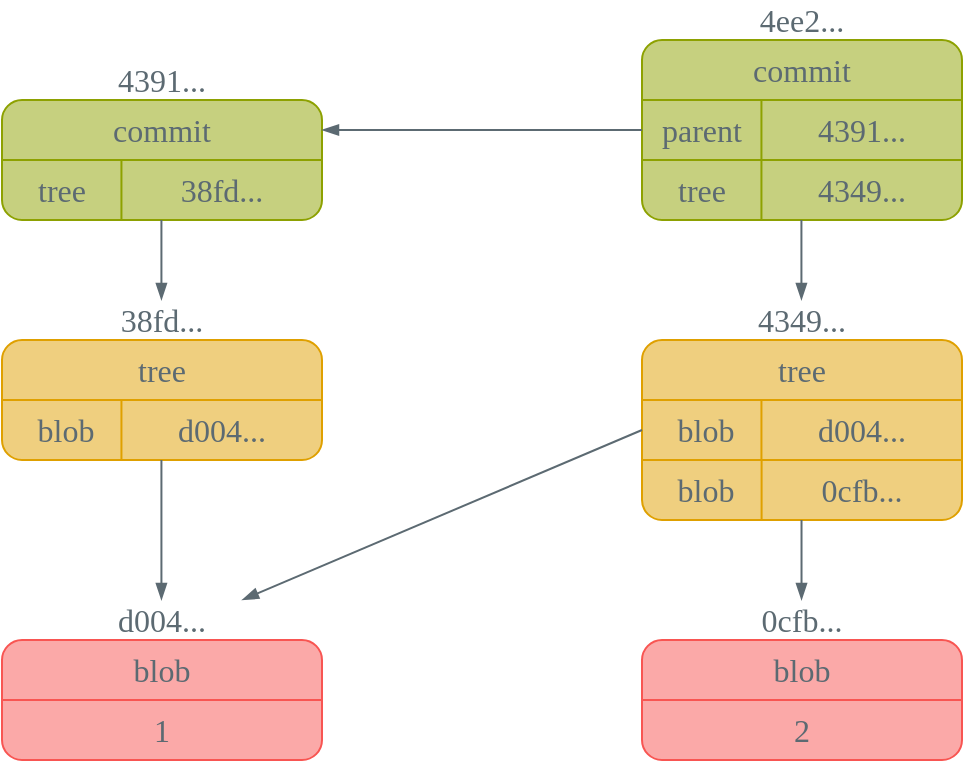
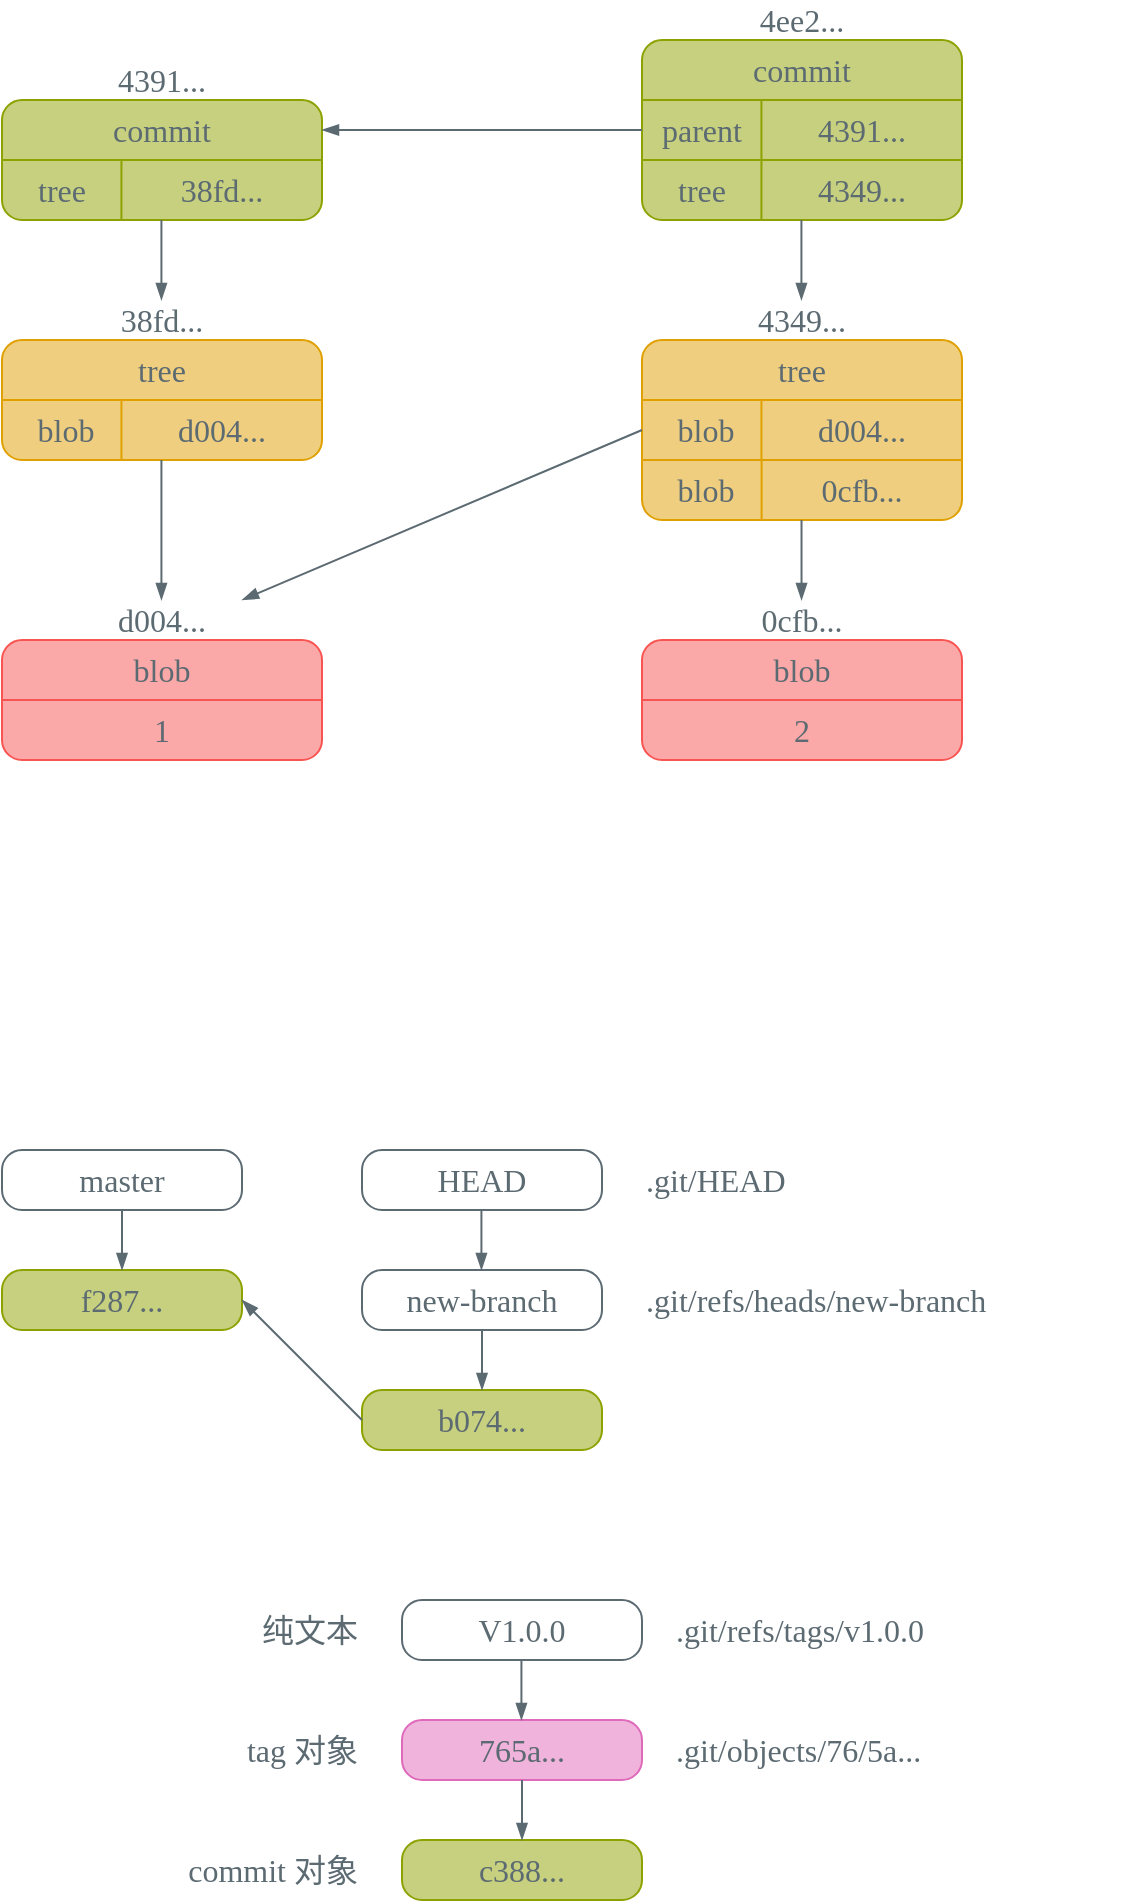
<mxfile host="Electron">
  <diagram name="Page-1" id="MTyJPfwnRn5X8VyMpb_k">
    <mxGraphModel dx="975" dy="694" grid="1" gridSize="10" guides="1" tooltips="1" connect="1" arrows="1" fold="1" page="1" pageScale="1" pageWidth="850" pageHeight="1100" math="0" shadow="0">
      <root>
        <mxCell id="0" />
        <mxCell id="1" parent="0" />
        <mxCell id="qzUJsNYPAXGjr-AyTyeC-38" parent="1" style="rounded=1;whiteSpace=wrap;html=1;absoluteArcSize=1;fillColor=light-dark(#8DA101,#A7C080);fontColor=light-dark(#5C6A72,#D3C6AA);strokeColor=light-dark(#8DA101,#A7C080);fillOpacity=50;" value="" vertex="1">
          <mxGeometry height="90" width="160" x="520" y="100" as="geometry" />
        </mxCell>
        <mxCell id="qzUJsNYPAXGjr-AyTyeC-2" parent="1" style="rounded=1;whiteSpace=wrap;html=1;absoluteArcSize=1;fillColor=light-dark(#F85552,#E67E80);fontColor=light-dark(#5C6A72,#D3C6AA);strokeColor=light-dark(#F85552,#E67E80);fillOpacity=50;" value="" vertex="1">
          <mxGeometry height="60" width="160" x="200" y="400" as="geometry" />
        </mxCell>
        <mxCell id="qzUJsNYPAXGjr-AyTyeC-3" parent="1" style="rounded=0;whiteSpace=wrap;html=1;fillColor=none;fontColor=light-dark(#5C6A72,#D3C6AA);strokeColor=none;fontFamily=LXGW WenKai Mono;fontSize=16;" value="&lt;font&gt;blob&lt;/font&gt;" vertex="1">
          <mxGeometry height="30" width="160" x="200" y="400" as="geometry" />
        </mxCell>
        <mxCell id="qzUJsNYPAXGjr-AyTyeC-4" edge="1" parent="1" style="endArrow=none;html=1;rounded=0;fillColor=light-dark(#F85552,#E67E80);strokeColor=light-dark(#F85552,#E67E80);exitX=0;exitY=0.5;exitDx=0;exitDy=0;entryX=1;entryY=0.5;entryDx=0;entryDy=0;" value="">
          <mxGeometry height="50" relative="1" width="50" as="geometry">
            <mxPoint x="200" y="430" as="sourcePoint" />
            <mxPoint x="360" y="430" as="targetPoint" />
          </mxGeometry>
        </mxCell>
        <mxCell id="qzUJsNYPAXGjr-AyTyeC-5" parent="1" style="rounded=0;whiteSpace=wrap;html=1;fillColor=none;fontColor=light-dark(#5C6A72,#D3C6AA);strokeColor=none;fontFamily=LXGW WenKai Mono;fontSize=16;" value="&lt;font&gt;1&lt;/font&gt;" vertex="1">
          <mxGeometry height="30" width="160" x="200" y="430" as="geometry" />
        </mxCell>
        <mxCell id="qzUJsNYPAXGjr-AyTyeC-6" parent="1" style="rounded=0;whiteSpace=wrap;html=1;fillColor=none;fontColor=light-dark(#5C6A72,#D3C6AA);strokeColor=none;fontFamily=LXGW WenKai Mono;fontSize=16;" value="&lt;font&gt;d004...&lt;/font&gt;" vertex="1">
          <mxGeometry height="20" width="160" x="200" y="380" as="geometry" />
        </mxCell>
        <mxCell id="qzUJsNYPAXGjr-AyTyeC-8" parent="1" style="rounded=1;whiteSpace=wrap;html=1;absoluteArcSize=1;fillColor=light-dark(#DFA000,#DBBC7F);fontColor=light-dark(#5C6A72,#D3C6AA);strokeColor=light-dark(#DFA000,#DBBC7F);fillOpacity=50;" value="" vertex="1">
          <mxGeometry height="60" width="160" x="200" y="250" as="geometry" />
        </mxCell>
        <mxCell id="qzUJsNYPAXGjr-AyTyeC-9" parent="1" style="rounded=0;whiteSpace=wrap;html=1;fillColor=none;fontColor=light-dark(#5C6A72,#D3C6AA);strokeColor=none;fontFamily=LXGW WenKai Mono;fontSize=16;" value="&lt;font&gt;tree&lt;/font&gt;" vertex="1">
          <mxGeometry height="30" width="160" x="200" y="250" as="geometry" />
        </mxCell>
        <mxCell id="qzUJsNYPAXGjr-AyTyeC-10" parent="1" style="rounded=0;whiteSpace=wrap;html=1;fillColor=none;fontColor=light-dark(#5C6A72,#D3C6AA);strokeColor=none;fontFamily=LXGW WenKai Mono;fontSize=16;" value="&lt;font&gt;&amp;nbsp;blob&lt;/font&gt;" vertex="1">
          <mxGeometry height="30" width="60" x="200" y="280" as="geometry" />
        </mxCell>
        <mxCell id="qzUJsNYPAXGjr-AyTyeC-11" parent="1" style="rounded=0;whiteSpace=wrap;html=1;fillColor=none;fontColor=light-dark(#5C6A72,#D3C6AA);strokeColor=none;fontFamily=LXGW WenKai Mono;fontSize=16;" value="&lt;font&gt;38fd...&lt;/font&gt;" vertex="1">
          <mxGeometry height="20" width="160" x="200" y="230" as="geometry" />
        </mxCell>
        <mxCell id="qzUJsNYPAXGjr-AyTyeC-7" edge="1" parent="1" style="endArrow=none;html=1;rounded=0;fillColor=light-dark(#F85552,#E67E80);strokeColor=light-dark(#DFA000,#DBBC7F);exitX=0;exitY=0.5;exitDx=0;exitDy=0;entryX=1;entryY=0.5;entryDx=0;entryDy=0;" value="">
          <mxGeometry height="50" relative="1" width="50" as="geometry">
            <mxPoint x="200" y="280" as="sourcePoint" />
            <mxPoint x="360" y="280" as="targetPoint" />
          </mxGeometry>
        </mxCell>
        <mxCell id="qzUJsNYPAXGjr-AyTyeC-13" parent="1" style="rounded=0;whiteSpace=wrap;html=1;fillColor=none;fontColor=light-dark(#5C6A72,#D3C6AA);strokeColor=none;fontFamily=LXGW WenKai Mono;fontSize=16;" value="&lt;font&gt;d004...&lt;/font&gt;" vertex="1">
          <mxGeometry height="30" width="100" x="260" y="280" as="geometry" />
        </mxCell>
        <mxCell id="qzUJsNYPAXGjr-AyTyeC-14" edge="1" parent="1" style="endArrow=none;html=1;rounded=0;fillColor=light-dark(#F85552,#E67E80);strokeColor=light-dark(#DFA000,#DBBC7F);entryX=1;entryY=0.5;entryDx=0;entryDy=0;" value="">
          <mxGeometry height="50" relative="1" width="50" as="geometry">
            <mxPoint x="259.72" y="310" as="sourcePoint" />
            <mxPoint x="259.72" y="280" as="targetPoint" />
          </mxGeometry>
        </mxCell>
        <mxCell id="qzUJsNYPAXGjr-AyTyeC-15" edge="1" parent="1" style="endArrow=none;html=1;rounded=0;fillColor=light-dark(#F85552,#E67E80);strokeColor=light-dark(#8DA101,#A7C080);exitX=0;exitY=0.5;exitDx=0;exitDy=0;entryX=1;entryY=0.5;entryDx=0;entryDy=0;" value="">
          <mxGeometry height="50" relative="1" width="50" as="geometry">
            <mxPoint x="200" y="160" as="sourcePoint" />
            <mxPoint x="360" y="160" as="targetPoint" />
          </mxGeometry>
        </mxCell>
        <mxCell id="qzUJsNYPAXGjr-AyTyeC-16" edge="1" parent="1" style="endArrow=none;html=1;rounded=0;fillColor=light-dark(#F85552,#E67E80);strokeColor=light-dark(#8DA101,#A7C080);entryX=1;entryY=0.5;entryDx=0;entryDy=0;" value="">
          <mxGeometry height="50" relative="1" width="50" as="geometry">
            <mxPoint x="259.72" y="190" as="sourcePoint" />
            <mxPoint x="259.72" y="160" as="targetPoint" />
          </mxGeometry>
        </mxCell>
        <mxCell id="qzUJsNYPAXGjr-AyTyeC-17" parent="1" style="rounded=1;whiteSpace=wrap;html=1;absoluteArcSize=1;fillColor=light-dark(#8DA101,#A7C080);fontColor=light-dark(#5C6A72,#D3C6AA);strokeColor=light-dark(#8DA101,#A7C080);fillOpacity=50;" value="" vertex="1">
          <mxGeometry height="60" width="160" x="200" y="130" as="geometry" />
        </mxCell>
        <mxCell id="qzUJsNYPAXGjr-AyTyeC-18" parent="1" style="rounded=0;whiteSpace=wrap;html=1;fillColor=none;fontColor=light-dark(#5C6A72,#D3C6AA);strokeColor=none;fontFamily=LXGW WenKai Mono;fontSize=16;" value="&lt;font&gt;commit&lt;/font&gt;" vertex="1">
          <mxGeometry height="30" width="160" x="200" y="130" as="geometry" />
        </mxCell>
        <mxCell id="qzUJsNYPAXGjr-AyTyeC-19" parent="1" style="rounded=0;whiteSpace=wrap;html=1;fillColor=none;fontColor=light-dark(#5C6A72,#D3C6AA);strokeColor=none;fontFamily=LXGW WenKai Mono;fontSize=16;" value="&lt;font&gt;tree&lt;/font&gt;" vertex="1">
          <mxGeometry height="30" width="60" x="200" y="160" as="geometry" />
        </mxCell>
        <mxCell id="qzUJsNYPAXGjr-AyTyeC-20" parent="1" style="rounded=0;whiteSpace=wrap;html=1;fillColor=none;fontColor=light-dark(#5C6A72,#D3C6AA);strokeColor=none;fontFamily=LXGW WenKai Mono;fontSize=16;" value="&lt;font&gt;4391...&lt;/font&gt;" vertex="1">
          <mxGeometry height="20" width="160" x="200" y="110" as="geometry" />
        </mxCell>
        <mxCell id="qzUJsNYPAXGjr-AyTyeC-21" parent="1" style="rounded=0;whiteSpace=wrap;html=1;fillColor=none;fontColor=light-dark(#5C6A72,#D3C6AA);strokeColor=none;fontFamily=LXGW WenKai Mono;fontSize=16;" value="&lt;font&gt;38fd...&lt;/font&gt;" vertex="1">
          <mxGeometry height="30" width="100" x="260" y="160" as="geometry" />
        </mxCell>
        <mxCell id="qzUJsNYPAXGjr-AyTyeC-22" edge="1" parent="1" style="endArrow=blockThin;html=1;rounded=0;strokeColor=light-dark(#5C6A72,#D3C6AA);endFill=1;" value="">
          <mxGeometry height="50" relative="1" width="50" as="geometry">
            <mxPoint x="279.71" y="190" as="sourcePoint" />
            <mxPoint x="279.71" y="230" as="targetPoint" />
          </mxGeometry>
        </mxCell>
        <mxCell id="qzUJsNYPAXGjr-AyTyeC-23" edge="1" parent="1" style="endArrow=blockThin;html=1;rounded=0;strokeColor=light-dark(#5C6A72,#D3C6AA);endFill=1;" value="">
          <mxGeometry height="50" relative="1" width="50" as="geometry">
            <mxPoint x="279.71" y="310" as="sourcePoint" />
            <mxPoint x="279.71" y="380" as="targetPoint" />
          </mxGeometry>
        </mxCell>
        <mxCell id="qzUJsNYPAXGjr-AyTyeC-24" parent="1" style="rounded=1;whiteSpace=wrap;html=1;absoluteArcSize=1;fillColor=light-dark(#F85552,#E67E80);fontColor=light-dark(#5C6A72,#D3C6AA);strokeColor=light-dark(#F85552,#E67E80);fillOpacity=50;" value="" vertex="1">
          <mxGeometry height="60" width="160" x="520" y="400" as="geometry" />
        </mxCell>
        <mxCell id="qzUJsNYPAXGjr-AyTyeC-25" parent="1" style="rounded=0;whiteSpace=wrap;html=1;fillColor=none;fontColor=light-dark(#5C6A72,#D3C6AA);strokeColor=none;fontFamily=LXGW WenKai Mono;fontSize=16;" value="&lt;font&gt;blob&lt;/font&gt;" vertex="1">
          <mxGeometry height="30" width="160" x="520" y="400" as="geometry" />
        </mxCell>
        <mxCell id="qzUJsNYPAXGjr-AyTyeC-26" edge="1" parent="1" style="endArrow=none;html=1;rounded=0;fillColor=light-dark(#F85552,#E67E80);strokeColor=light-dark(#F85552,#E67E80);exitX=0;exitY=0.5;exitDx=0;exitDy=0;entryX=1;entryY=0.5;entryDx=0;entryDy=0;" value="">
          <mxGeometry height="50" relative="1" width="50" as="geometry">
            <mxPoint x="520" y="430" as="sourcePoint" />
            <mxPoint x="680" y="430" as="targetPoint" />
          </mxGeometry>
        </mxCell>
        <mxCell id="qzUJsNYPAXGjr-AyTyeC-27" parent="1" style="rounded=0;whiteSpace=wrap;html=1;fillColor=none;fontColor=light-dark(#5C6A72,#D3C6AA);strokeColor=none;fontFamily=LXGW WenKai Mono;fontSize=16;" value="&lt;font&gt;2&lt;/font&gt;" vertex="1">
          <mxGeometry height="30" width="160" x="520" y="430" as="geometry" />
        </mxCell>
        <mxCell id="qzUJsNYPAXGjr-AyTyeC-28" parent="1" style="rounded=0;whiteSpace=wrap;html=1;fillColor=none;fontColor=light-dark(#5C6A72,#D3C6AA);strokeColor=none;fontFamily=LXGW WenKai Mono;fontSize=16;" value="&lt;font&gt;0cfb...&lt;/font&gt;" vertex="1">
          <mxGeometry height="20" width="160" x="520" y="380" as="geometry" />
        </mxCell>
        <mxCell id="qzUJsNYPAXGjr-AyTyeC-29" parent="1" style="rounded=1;whiteSpace=wrap;html=1;absoluteArcSize=1;fillColor=light-dark(#DFA000,#DBBC7F);fontColor=light-dark(#5C6A72,#D3C6AA);strokeColor=light-dark(#DFA000,#DBBC7F);fillOpacity=50;" value="" vertex="1">
          <mxGeometry height="90" width="160" x="520" y="250" as="geometry" />
        </mxCell>
        <mxCell id="qzUJsNYPAXGjr-AyTyeC-30" parent="1" style="rounded=0;whiteSpace=wrap;html=1;fillColor=none;fontColor=light-dark(#5C6A72,#D3C6AA);strokeColor=none;fontFamily=LXGW WenKai Mono;fontSize=16;" value="&lt;font&gt;tree&lt;/font&gt;" vertex="1">
          <mxGeometry height="30" width="160" x="520" y="250" as="geometry" />
        </mxCell>
        <mxCell id="qzUJsNYPAXGjr-AyTyeC-31" parent="1" style="rounded=0;whiteSpace=wrap;html=1;fillColor=none;fontColor=light-dark(#5C6A72,#D3C6AA);strokeColor=none;fontFamily=LXGW WenKai Mono;fontSize=16;" value="&lt;font&gt;&amp;nbsp;blob&lt;/font&gt;" vertex="1">
          <mxGeometry height="30" width="60" x="520" y="280" as="geometry" />
        </mxCell>
        <mxCell id="qzUJsNYPAXGjr-AyTyeC-32" parent="1" style="rounded=0;whiteSpace=wrap;html=1;fillColor=none;fontColor=light-dark(#5C6A72,#D3C6AA);strokeColor=none;fontFamily=LXGW WenKai Mono;fontSize=16;" value="&lt;font&gt;4349...&lt;/font&gt;" vertex="1">
          <mxGeometry height="20" width="160" x="520" y="230" as="geometry" />
        </mxCell>
        <mxCell id="qzUJsNYPAXGjr-AyTyeC-33" edge="1" parent="1" style="endArrow=none;html=1;rounded=0;fillColor=light-dark(#F85552,#E67E80);strokeColor=light-dark(#DFA000,#DBBC7F);exitX=0;exitY=0.5;exitDx=0;exitDy=0;entryX=1;entryY=0.5;entryDx=0;entryDy=0;" value="">
          <mxGeometry height="50" relative="1" width="50" as="geometry">
            <mxPoint x="520" y="280" as="sourcePoint" />
            <mxPoint x="680" y="280" as="targetPoint" />
          </mxGeometry>
        </mxCell>
        <mxCell id="qzUJsNYPAXGjr-AyTyeC-34" parent="1" style="rounded=0;whiteSpace=wrap;html=1;fillColor=none;fontColor=light-dark(#5C6A72,#D3C6AA);strokeColor=none;fontFamily=LXGW WenKai Mono;fontSize=16;" value="&lt;font&gt;d004...&lt;/font&gt;" vertex="1">
          <mxGeometry height="30" width="100" x="580" y="280" as="geometry" />
        </mxCell>
        <mxCell id="qzUJsNYPAXGjr-AyTyeC-35" edge="1" parent="1" style="endArrow=none;html=1;rounded=0;fillColor=light-dark(#F85552,#E67E80);strokeColor=light-dark(#DFA000,#DBBC7F);entryX=1;entryY=0.5;entryDx=0;entryDy=0;" value="">
          <mxGeometry height="50" relative="1" width="50" as="geometry">
            <mxPoint x="579.72" y="310" as="sourcePoint" />
            <mxPoint x="579.72" y="280" as="targetPoint" />
          </mxGeometry>
        </mxCell>
        <mxCell id="qzUJsNYPAXGjr-AyTyeC-36" edge="1" parent="1" style="endArrow=none;html=1;rounded=0;fillColor=light-dark(#F85552,#E67E80);strokeColor=light-dark(#8DA101,#A7C080);exitX=0;exitY=0.5;exitDx=0;exitDy=0;entryX=1;entryY=0.5;entryDx=0;entryDy=0;" value="">
          <mxGeometry height="50" relative="1" width="50" as="geometry">
            <mxPoint x="520" y="130" as="sourcePoint" />
            <mxPoint x="680" y="130" as="targetPoint" />
          </mxGeometry>
        </mxCell>
        <mxCell id="qzUJsNYPAXGjr-AyTyeC-37" edge="1" parent="1" style="endArrow=none;html=1;rounded=0;fillColor=light-dark(#F85552,#E67E80);strokeColor=light-dark(#8DA101,#A7C080);entryX=1;entryY=0.5;entryDx=0;entryDy=0;" value="">
          <mxGeometry height="50" relative="1" width="50" as="geometry">
            <mxPoint x="579.72" y="160" as="sourcePoint" />
            <mxPoint x="579.72" y="130" as="targetPoint" />
          </mxGeometry>
        </mxCell>
        <mxCell id="qzUJsNYPAXGjr-AyTyeC-39" parent="1" style="rounded=0;whiteSpace=wrap;html=1;fillColor=none;fontColor=light-dark(#5C6A72,#D3C6AA);strokeColor=none;fontFamily=LXGW WenKai Mono;fontSize=16;" value="&lt;font&gt;commit&lt;/font&gt;" vertex="1">
          <mxGeometry height="30" width="160" x="520" y="100" as="geometry" />
        </mxCell>
        <mxCell id="qzUJsNYPAXGjr-AyTyeC-40" parent="1" style="rounded=0;whiteSpace=wrap;html=1;fillColor=none;fontColor=light-dark(#5C6A72,#D3C6AA);strokeColor=none;fontFamily=LXGW WenKai Mono;fontSize=16;" value="&lt;font&gt;parent&lt;/font&gt;" vertex="1">
          <mxGeometry height="30" width="60" x="520" y="130" as="geometry" />
        </mxCell>
        <mxCell id="qzUJsNYPAXGjr-AyTyeC-41" parent="1" style="rounded=0;whiteSpace=wrap;html=1;fillColor=none;fontColor=light-dark(#5C6A72,#D3C6AA);strokeColor=none;fontFamily=LXGW WenKai Mono;fontSize=16;" value="&lt;font&gt;4ee2...&lt;/font&gt;" vertex="1">
          <mxGeometry height="20" width="160" x="520" y="80" as="geometry" />
        </mxCell>
        <mxCell id="qzUJsNYPAXGjr-AyTyeC-42" parent="1" style="rounded=0;whiteSpace=wrap;html=1;fillColor=none;fontColor=light-dark(#5C6A72,#D3C6AA);strokeColor=none;fontFamily=LXGW WenKai Mono;fontSize=16;" value="&lt;font&gt;4391...&lt;/font&gt;" vertex="1">
          <mxGeometry height="30" width="100" x="580" y="130" as="geometry" />
        </mxCell>
        <mxCell id="qzUJsNYPAXGjr-AyTyeC-43" edge="1" parent="1" style="endArrow=blockThin;html=1;rounded=0;strokeColor=light-dark(#5C6A72,#D3C6AA);endFill=1;" value="">
          <mxGeometry height="50" relative="1" width="50" as="geometry">
            <mxPoint x="599.7099999999999" y="190" as="sourcePoint" />
            <mxPoint x="599.7099999999999" y="230" as="targetPoint" />
          </mxGeometry>
        </mxCell>
        <mxCell id="qzUJsNYPAXGjr-AyTyeC-44" edge="1" parent="1" style="endArrow=blockThin;html=1;rounded=0;strokeColor=light-dark(#5C6A72,#D3C6AA);endFill=1;" value="">
          <mxGeometry height="50" relative="1" width="50" as="geometry">
            <mxPoint x="599.76" y="340" as="sourcePoint" />
            <mxPoint x="599.76" y="380" as="targetPoint" />
          </mxGeometry>
        </mxCell>
        <mxCell id="qzUJsNYPAXGjr-AyTyeC-45" edge="1" parent="1" style="endArrow=none;html=1;rounded=0;fillColor=light-dark(#F85552,#E67E80);strokeColor=light-dark(#8DA101,#A7C080);exitX=0;exitY=0.5;exitDx=0;exitDy=0;entryX=1;entryY=0.5;entryDx=0;entryDy=0;" value="">
          <mxGeometry height="50" relative="1" width="50" as="geometry">
            <mxPoint x="520" y="160" as="sourcePoint" />
            <mxPoint x="680" y="160" as="targetPoint" />
          </mxGeometry>
        </mxCell>
        <mxCell id="qzUJsNYPAXGjr-AyTyeC-46" edge="1" parent="1" style="endArrow=none;html=1;rounded=0;fillColor=light-dark(#F85552,#E67E80);strokeColor=light-dark(#8DA101,#A7C080);entryX=1;entryY=0.5;entryDx=0;entryDy=0;" value="">
          <mxGeometry height="50" relative="1" width="50" as="geometry">
            <mxPoint x="579.72" y="190" as="sourcePoint" />
            <mxPoint x="579.72" y="160" as="targetPoint" />
          </mxGeometry>
        </mxCell>
        <mxCell id="qzUJsNYPAXGjr-AyTyeC-47" parent="1" style="rounded=0;whiteSpace=wrap;html=1;fillColor=none;fontColor=light-dark(#5C6A72,#D3C6AA);strokeColor=none;fontFamily=LXGW WenKai Mono;fontSize=16;" value="&lt;font&gt;tree&lt;/font&gt;" vertex="1">
          <mxGeometry height="30" width="60" x="520" y="160" as="geometry" />
        </mxCell>
        <mxCell id="qzUJsNYPAXGjr-AyTyeC-48" parent="1" style="rounded=0;whiteSpace=wrap;html=1;fillColor=none;fontColor=light-dark(#5C6A72,#D3C6AA);strokeColor=none;fontFamily=LXGW WenKai Mono;fontSize=16;" value="&lt;font&gt;4349...&lt;/font&gt;" vertex="1">
          <mxGeometry height="30" width="100" x="580" y="160" as="geometry" />
        </mxCell>
        <mxCell id="qzUJsNYPAXGjr-AyTyeC-49" edge="1" parent="1" style="endArrow=none;html=1;rounded=0;fillColor=light-dark(#F85552,#E67E80);strokeColor=light-dark(#DFA000,#DBBC7F);exitX=0;exitY=0.5;exitDx=0;exitDy=0;entryX=1;entryY=0.5;entryDx=0;entryDy=0;" value="">
          <mxGeometry height="50" relative="1" width="50" as="geometry">
            <mxPoint x="520" y="310" as="sourcePoint" />
            <mxPoint x="680" y="310" as="targetPoint" />
          </mxGeometry>
        </mxCell>
        <mxCell id="qzUJsNYPAXGjr-AyTyeC-50" edge="1" parent="1" style="endArrow=none;html=1;rounded=0;fillColor=light-dark(#F85552,#E67E80);strokeColor=light-dark(#DFA000,#DBBC7F);entryX=1;entryY=0.5;entryDx=0;entryDy=0;" value="">
          <mxGeometry height="50" relative="1" width="50" as="geometry">
            <mxPoint x="579.8000000000001" y="340" as="sourcePoint" />
            <mxPoint x="579.8000000000001" y="310" as="targetPoint" />
          </mxGeometry>
        </mxCell>
        <mxCell id="qzUJsNYPAXGjr-AyTyeC-51" parent="1" style="rounded=0;whiteSpace=wrap;html=1;fillColor=none;fontColor=light-dark(#5C6A72,#D3C6AA);strokeColor=none;fontFamily=LXGW WenKai Mono;fontSize=16;" value="&lt;font&gt;&amp;nbsp;blob&lt;/font&gt;" vertex="1">
          <mxGeometry height="30" width="60" x="520" y="310" as="geometry" />
        </mxCell>
        <mxCell id="qzUJsNYPAXGjr-AyTyeC-52" parent="1" style="rounded=0;whiteSpace=wrap;html=1;fillColor=none;fontColor=light-dark(#5C6A72,#D3C6AA);strokeColor=none;fontFamily=LXGW WenKai Mono;fontSize=16;" value="&lt;font&gt;0cfb...&lt;/font&gt;" vertex="1">
          <mxGeometry height="30" width="100" x="580" y="310" as="geometry" />
        </mxCell>
        <mxCell id="qzUJsNYPAXGjr-AyTyeC-53" edge="1" parent="1" source="qzUJsNYPAXGjr-AyTyeC-40" style="endArrow=blockThin;html=1;rounded=0;strokeColor=light-dark(#5C6A72,#D3C6AA);endFill=1;entryX=1;entryY=0.5;entryDx=0;entryDy=0;exitX=0;exitY=0.5;exitDx=0;exitDy=0;" target="qzUJsNYPAXGjr-AyTyeC-18" value="">
          <mxGeometry height="50" relative="1" width="50" as="geometry">
            <mxPoint x="410" y="290" as="sourcePoint" />
            <mxPoint x="410.28999999999996" y="350" as="targetPoint" />
          </mxGeometry>
        </mxCell>
        <mxCell id="qzUJsNYPAXGjr-AyTyeC-54" edge="1" parent="1" source="qzUJsNYPAXGjr-AyTyeC-31" style="endArrow=blockThin;html=1;rounded=0;strokeColor=light-dark(#5C6A72,#D3C6AA);endFill=1;exitX=0;exitY=0.5;exitDx=0;exitDy=0;entryX=0.75;entryY=0;entryDx=0;entryDy=0;" target="qzUJsNYPAXGjr-AyTyeC-6" value="">
          <mxGeometry height="50" relative="1" width="50" as="geometry">
            <mxPoint x="424" y="310" as="sourcePoint" />
            <mxPoint x="424" y="380" as="targetPoint" />
          </mxGeometry>
        </mxCell>
+         <mxCell id="mkktg-7WgYC9ES73mW45-4" parent="1" style="rounded=1;whiteSpace=wrap;html=1;fillColor=none;fontColor=light-dark(#5C6A72,#D3C6AA);strokeColor=light-dark(#5C6A72,#D3C6AA);fontFamily=LXGW WenKai Mono;fontSize=16;absoluteArcSize=1;" value="&lt;font&gt;HEAD&lt;/font&gt;" vertex="1">
+           <mxGeometry height="30" width="120" x="380" y="655" as="geometry" />
+         </mxCell>
+         <mxCell id="mkktg-7WgYC9ES73mW45-10" parent="1" style="rounded=1;whiteSpace=wrap;html=1;absoluteArcSize=1;fillColor=light-dark(#8DA101,#A7C080);fontColor=light-dark(#5C6A72,#D3C6AA);strokeColor=light-dark(#8DA101,#A7C080);fillOpacity=50;fontFamily=LXGW WenKai Mono;fontSize=16;" value="&lt;span&gt;&lt;font style=&quot;color: light-dark(rgb(92, 106, 114), rgb(211, 198, 170));&quot;&gt;b074...&lt;/font&gt;&lt;/span&gt;" vertex="1">
+           <mxGeometry height="30" width="120" x="380" y="775" as="geometry" />
+         </mxCell>
+         <mxCell id="mkktg-7WgYC9ES73mW45-14" parent="1" style="rounded=1;whiteSpace=wrap;html=1;fillColor=none;fontColor=light-dark(#5C6A72,#D3C6AA);strokeColor=light-dark(#5C6A72,#D3C6AA);fontFamily=LXGW WenKai Mono;fontSize=16;absoluteArcSize=1;" value="new-branch" vertex="1">
+           <mxGeometry height="30" width="120" x="380" y="715" as="geometry" />
+         </mxCell>
+         <mxCell id="mkktg-7WgYC9ES73mW45-15" parent="1" style="rounded=1;whiteSpace=wrap;html=1;absoluteArcSize=1;fillColor=light-dark(#8DA101,#A7C080);fontColor=light-dark(#5C6A72,#D3C6AA);strokeColor=light-dark(#8DA101,#A7C080);fillOpacity=50;fontFamily=LXGW WenKai Mono;fontSize=16;" value="&lt;span&gt;&lt;font style=&quot;color: light-dark(rgb(92, 106, 114), rgb(211, 198, 170));&quot;&gt;f287...&lt;/font&gt;&lt;/span&gt;" vertex="1">
+           <mxGeometry height="30" width="120" x="200" y="715" as="geometry" />
+         </mxCell>
+         <mxCell id="mkktg-7WgYC9ES73mW45-16" edge="1" parent="1" source="mkktg-7WgYC9ES73mW45-10" style="endArrow=blockThin;html=1;rounded=0;strokeColor=light-dark(#5C6A72,#D3C6AA);endFill=1;entryX=1;entryY=0.5;entryDx=0;entryDy=0;exitX=0;exitY=0.5;exitDx=0;exitDy=0;" target="mkktg-7WgYC9ES73mW45-15" value="">
+           <mxGeometry height="50" relative="1" width="50" as="geometry">
+             <mxPoint x="300" y="800" as="sourcePoint" />
+             <mxPoint x="360" y="860" as="targetPoint" />
+           </mxGeometry>
+         </mxCell>
+         <mxCell id="mkktg-7WgYC9ES73mW45-17" edge="1" parent="1" style="endArrow=blockThin;html=1;rounded=0;strokeColor=light-dark(#5C6A72,#D3C6AA);endFill=1;" value="">
+           <mxGeometry height="50" relative="1" width="50" as="geometry">
+             <mxPoint x="440.00000000000006" y="745" as="sourcePoint" />
+             <mxPoint x="440.00000000000006" y="775" as="targetPoint" />
+           </mxGeometry>
+         </mxCell>
+         <mxCell id="mkktg-7WgYC9ES73mW45-18" edge="1" parent="1" style="endArrow=blockThin;html=1;rounded=0;strokeColor=light-dark(#5C6A72,#D3C6AA);endFill=1;" value="">
+           <mxGeometry height="50" relative="1" width="50" as="geometry">
+             <mxPoint x="439.71000000000004" y="685" as="sourcePoint" />
+             <mxPoint x="439.71000000000004" y="715" as="targetPoint" />
+           </mxGeometry>
+         </mxCell>
+         <mxCell id="mkktg-7WgYC9ES73mW45-19" parent="1" style="rounded=1;whiteSpace=wrap;html=1;fillColor=none;fontColor=light-dark(#5C6A72,#D3C6AA);strokeColor=light-dark(#5C6A72,#D3C6AA);fontFamily=LXGW WenKai Mono;fontSize=16;absoluteArcSize=1;" value="&lt;font style=&quot;color: light-dark(rgb(92, 106, 114), rgb(211, 198, 170));&quot;&gt;master&lt;/font&gt;" vertex="1">
+           <mxGeometry height="30" width="120" x="200" y="655" as="geometry" />
+         </mxCell>
+         <mxCell id="mkktg-7WgYC9ES73mW45-20" edge="1" parent="1" style="endArrow=blockThin;html=1;rounded=0;strokeColor=light-dark(#5C6A72,#D3C6AA);endFill=1;" value="">
+           <mxGeometry height="50" relative="1" width="50" as="geometry">
+             <mxPoint x="260.00000000000006" y="685" as="sourcePoint" />
+             <mxPoint x="260.00000000000006" y="715" as="targetPoint" />
+           </mxGeometry>
+         </mxCell>
+         <mxCell id="mkktg-7WgYC9ES73mW45-24" parent="1" style="rounded=1;whiteSpace=wrap;html=1;fillColor=none;fontColor=light-dark(#5C6A72,#D3C6AA);strokeColor=light-dark(#5C6A72,#D3C6AA);fontFamily=LXGW WenKai Mono;fontSize=16;absoluteArcSize=1;" value="&lt;font&gt;V1.0.0&lt;/font&gt;" vertex="1">
+           <mxGeometry height="30" width="120" x="400" y="880" as="geometry" />
+         </mxCell>
+         <mxCell id="mkktg-7WgYC9ES73mW45-25" parent="1" style="rounded=1;whiteSpace=wrap;html=1;absoluteArcSize=1;fillColor=light-dark(#8DA101,#A7C080);fontColor=light-dark(#5C6A72,#D3C6AA);strokeColor=light-dark(#8DA101,#A7C080);fillOpacity=50;fontFamily=LXGW WenKai Mono;fontSize=16;" value="&lt;span&gt;&lt;font style=&quot;color: light-dark(rgb(92, 106, 114), rgb(211, 198, 170));&quot;&gt;c388...&lt;/font&gt;&lt;/span&gt;" vertex="1">
+           <mxGeometry height="30" width="120" x="400" y="1000" as="geometry" />
+         </mxCell>
+         <mxCell id="mkktg-7WgYC9ES73mW45-26" parent="1" style="rounded=1;whiteSpace=wrap;html=1;fillColor=light-dark(#DF69BA,#D699B6);fontColor=light-dark(#5C6A72,#D3C6AA);strokeColor=light-dark(#DF69BA,#D699B6);fontFamily=LXGW WenKai Mono;fontSize=16;absoluteArcSize=1;fillOpacity=50;" value="&lt;font style=&quot;color: light-dark(rgb(92, 106, 114), rgb(211, 198, 170));&quot;&gt;765a...&lt;/font&gt;" vertex="1">
+           <mxGeometry height="30" width="120" x="400" y="940" as="geometry" />
+         </mxCell>
+         <mxCell id="mkktg-7WgYC9ES73mW45-27" edge="1" parent="1" style="endArrow=blockThin;html=1;rounded=0;strokeColor=light-dark(#5C6A72,#D3C6AA);endFill=1;" value="">
+           <mxGeometry height="50" relative="1" width="50" as="geometry">
+             <mxPoint x="460" y="970" as="sourcePoint" />
+             <mxPoint x="460" y="1000" as="targetPoint" />
+           </mxGeometry>
+         </mxCell>
+         <mxCell id="mkktg-7WgYC9ES73mW45-28" edge="1" parent="1" style="endArrow=blockThin;html=1;rounded=0;strokeColor=light-dark(#5C6A72,#D3C6AA);endFill=1;" value="">
+           <mxGeometry height="50" relative="1" width="50" as="geometry">
+             <mxPoint x="459.71000000000004" y="910" as="sourcePoint" />
+             <mxPoint x="459.71000000000004" y="940" as="targetPoint" />
+           </mxGeometry>
+         </mxCell>
+         <mxCell id="mkktg-7WgYC9ES73mW45-29" parent="1" style="rounded=1;whiteSpace=wrap;html=1;fillColor=none;fontColor=light-dark(#5C6A72,#D3C6AA);strokeColor=none;fontFamily=LXGW WenKai Mono;fontSize=16;absoluteArcSize=1;align=left;" value="&lt;font style=&quot;color: light-dark(rgb(92, 106, 114), rgb(211, 198, 170));&quot;&gt;.git/HEAD&lt;/font&gt;" vertex="1">
+           <mxGeometry height="30" width="120" x="520" y="655" as="geometry" />
+         </mxCell>
+         <mxCell id="mkktg-7WgYC9ES73mW45-30" parent="1" style="rounded=1;whiteSpace=wrap;html=1;fillColor=none;fontColor=light-dark(#5C6A72,#D3C6AA);strokeColor=none;fontFamily=LXGW WenKai Mono;fontSize=16;absoluteArcSize=1;align=left;" value="&lt;font style=&quot;color: light-dark(rgb(92, 106, 114), rgb(211, 198, 170));&quot;&gt;.git/refs/heads/new-branch&lt;/font&gt;" vertex="1">
+           <mxGeometry height="30" width="240" x="520" y="715" as="geometry" />
+         </mxCell>
+         <mxCell id="mkktg-7WgYC9ES73mW45-31" parent="1" style="rounded=1;whiteSpace=wrap;html=1;fillColor=none;fontColor=light-dark(#5C6A72,#D3C6AA);strokeColor=none;fontFamily=LXGW WenKai Mono;fontSize=16;absoluteArcSize=1;align=left;" value="&lt;font style=&quot;color: light-dark(rgb(92, 106, 114), rgb(211, 198, 170));&quot;&gt;.git/refs/tags/v1.0.0&lt;/font&gt;" vertex="1">
+           <mxGeometry height="30" width="190" x="535" y="880" as="geometry" />
+         </mxCell>
+         <mxCell id="mkktg-7WgYC9ES73mW45-32" parent="1" style="rounded=1;whiteSpace=wrap;html=1;fillColor=none;fontColor=light-dark(#5C6A72,#D3C6AA);strokeColor=none;fontFamily=LXGW WenKai Mono;fontSize=16;absoluteArcSize=1;align=left;" value="&lt;font style=&quot;color: light-dark(rgb(92, 106, 114), rgb(211, 198, 170));&quot;&gt;.git/objects/76/5a...&lt;/font&gt;" vertex="1">
+           <mxGeometry height="30" width="190" x="535" y="940" as="geometry" />
+         </mxCell>
+         <mxCell id="mkktg-7WgYC9ES73mW45-33" parent="1" style="rounded=1;whiteSpace=wrap;html=1;fillColor=none;fontColor=light-dark(#5C6A72,#D3C6AA);strokeColor=none;fontFamily=LXGW WenKai Mono;fontSize=16;absoluteArcSize=1;align=right;" value="&lt;font style=&quot;color: light-dark(rgb(92, 106, 114), rgb(211, 198, 170));&quot;&gt;tag 对象&lt;/font&gt;" vertex="1">
+           <mxGeometry height="30" width="90" x="290" y="940" as="geometry" />
+         </mxCell>
+         <mxCell id="mkktg-7WgYC9ES73mW45-34" parent="1" style="rounded=1;whiteSpace=wrap;html=1;fillColor=none;fontColor=light-dark(#5C6A72,#D3C6AA);strokeColor=none;fontFamily=LXGW WenKai Mono;fontSize=16;absoluteArcSize=1;align=right;" value="&lt;font style=&quot;color: light-dark(rgb(92, 106, 114), rgb(211, 198, 170));&quot;&gt;commit 对象&lt;/font&gt;" vertex="1">
+           <mxGeometry height="30" width="110" x="270" y="1000" as="geometry" />
+         </mxCell>
+         <mxCell id="mkktg-7WgYC9ES73mW45-37" parent="1" style="rounded=1;whiteSpace=wrap;html=1;fillColor=none;fontColor=light-dark(#5C6A72,#D3C6AA);strokeColor=none;fontFamily=LXGW WenKai Mono;fontSize=16;absoluteArcSize=1;align=right;" value="&lt;font style=&quot;color: light-dark(rgb(92, 106, 114), rgb(211, 198, 170));&quot;&gt;纯文本&lt;/font&gt;" vertex="1">
+           <mxGeometry height="30" width="90" x="290" y="880" as="geometry" />
+         </mxCell>
      </root>
    </mxGraphModel>
  </diagram>
</mxfile>
